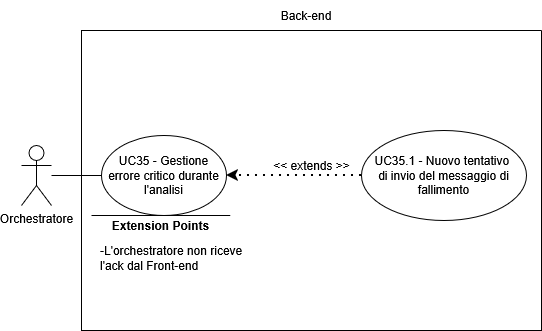
Earlier version of the draw.io export assets/diagrams/UC35.png (SkarabGroup/DocumentazioneProgetto). Source tidied: cells renumbered, new cells last; positions are measured from the earlier drawing's top-left corner, leaving out a move shared by most shapes.
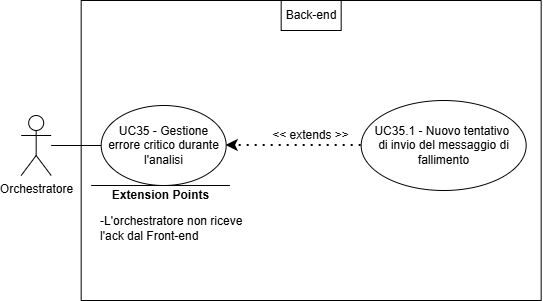
After the commit.

What changed in the source:
```diff
@@ -5,38 +5,38 @@
     <mxCell id="2" value="Orchestratore" style="shape=umlActor;verticalLabelPosition=bottom;verticalAlign=top;html=1;outlineConnect=0;" parent="1" vertex="1">
       <mxGeometry y="145" width="30" height="60" as="geometry" />
     </mxCell>
-    <mxCell id="3" style="swimlane;startSize=0;" parent="1" vertex="1">
-      <mxGeometry x="60" y="30" width="460" height="300" as="geometry" />
-    </mxCell>
+    <mxCell id="13" style="swimlane;startSize=0;" parent="1" vertex="1">
+      <mxGeometry x="60" y="30" width="460" height="300" as="geometry" />
+    </mxCell>
-    <mxCell id="4" value="UC35 - Gestione errore critico durante l'analisi" style="ellipse;whiteSpace=wrap;html=1;" parent="3" vertex="1">
+    <mxCell id="4" value="UC35 - Gestione errore critico durante l'analisi" style="ellipse;whiteSpace=wrap;html=1;" parent="13" vertex="1">
       <mxGeometry x="20" y="105" width="125" height="80" as="geometry" />
     </mxCell>
-    <mxCell id="5" value="&lt;div&gt;UC35.1 - Nuovo tentativo&amp;nbsp;&lt;/div&gt;&lt;div&gt;di invio del messaggio di fallimento&lt;/div&gt;" style="ellipse;whiteSpace=wrap;html=1;" parent="3" vertex="1">
+    <mxCell id="5" value="&lt;div&gt;UC35.1 - Nuovo tentativo&amp;nbsp;&lt;/div&gt;&lt;div&gt;di invio del messaggio di fallimento&lt;/div&gt;" style="ellipse;whiteSpace=wrap;html=1;" parent="13" vertex="1">
       <mxGeometry x="280" y="100" width="165" height="90" as="geometry" />
     </mxCell>
-    <mxCell id="6" style="endArrow=classic;dashed=1;html=1;dashPattern=1 3;strokeWidth=2;rounded=0;entryX=1;entryY=0.5;entryDx=0;entryDy=0;exitX=0;exitY=0.5;exitDx=0;exitDy=0;strokeColor=default;curved=0;endFill=1;endSize=6;" parent="3" edge="1" source="5" target="4">
+    <mxCell id="6" style="endArrow=classic;dashed=1;html=1;dashPattern=1 3;strokeWidth=2;rounded=0;entryX=1;entryY=0.5;entryDx=0;entryDy=0;exitX=0;exitY=0.5;exitDx=0;exitDy=0;strokeColor=default;curved=0;endFill=1;endSize=6;" parent="13" edge="1" source="5" target="4">
       <mxGeometry relative="1" as="geometry" />
     </mxCell>
-    <mxCell id="7" value="&lt;div&gt;&amp;lt;&amp;lt; extends &amp;gt;&amp;gt;&lt;/div&gt;" style="text;html=1;whiteSpace=wrap;strokeColor=none;fillColor=none;align=center;verticalAlign=middle;rounded=0;" parent="3" vertex="1">
+    <mxCell id="7" value="&lt;div&gt;&amp;lt;&amp;lt; extends &amp;gt;&amp;gt;&lt;/div&gt;" style="text;html=1;whiteSpace=wrap;strokeColor=none;fillColor=none;align=center;verticalAlign=middle;rounded=0;" parent="13" vertex="1">
       <mxGeometry x="182.5" y="120" width="95" height="30" as="geometry" />
     </mxCell>
-    <mxCell id="8" style="endArrow=none;html=1;rounded=0;" parent="3" edge="1">
-      <mxGeometry relative="1" as="geometry">
-        <mxPoint x="148.8" y="185" as="sourcePoint" />
-        <mxPoint x="10" y="185" as="targetPoint" />
-      </mxGeometry>
-    </mxCell>
+    <mxCell id="14" style="endArrow=none;html=1;rounded=0;" parent="13" edge="1">
+      <mxGeometry relative="1" as="geometry">
+        <mxPoint x="148.8" y="185" as="sourcePoint" />
+        <mxPoint x="10" y="185" as="targetPoint" />
+      </mxGeometry>
+    </mxCell>
-    <mxCell id="9" value="&lt;b&gt;Extension Points&lt;/b&gt;" style="text;html=1;whiteSpace=wrap;strokeColor=none;fillColor=none;align=center;verticalAlign=middle;rounded=0;strokeWidth=5;" parent="3" vertex="1">
+    <mxCell id="9" value="&lt;b&gt;Extension Points&lt;/b&gt;" style="text;html=1;whiteSpace=wrap;strokeColor=none;fillColor=none;align=center;verticalAlign=middle;rounded=0;strokeWidth=5;" parent="13" vertex="1">
       <mxGeometry x="21.9" y="180" width="115" height="30" as="geometry" />
     </mxCell>
-    <mxCell id="10" value="&lt;div align=&quot;left&quot;&gt;-L'orchestratore non riceve l'ack dal Front-end&lt;/div&gt;" style="text;html=1;whiteSpace=wrap;strokeColor=none;fillColor=none;align=left;verticalAlign=middle;rounded=0;" parent="3" vertex="1">
+    <mxCell id="10" value="&lt;div align=&quot;left&quot;&gt;-L'orchestratore non riceve l'ack dal Front-end&lt;/div&gt;" style="text;html=1;whiteSpace=wrap;strokeColor=none;fillColor=none;align=left;verticalAlign=middle;rounded=0;" parent="13" vertex="1">
       <mxGeometry x="16.9" y="185" width="147" height="85" as="geometry" />
     </mxCell>
+    <mxCell id="12" value="Back-end" style="text;html=1;whiteSpace=wrap;strokeColor=default;fillColor=none;align=center;verticalAlign=middle;rounded=0;perimeterSpacing=1;" parent="13" vertex="1">
+      <mxGeometry x="200" width="60" height="30" as="geometry" />
+    </mxCell>
     <mxCell id="11" style="endArrow=none;html=1;rounded=0;entryX=0;entryY=0.5;entryDx=0;entryDy=0;" parent="1" edge="1" source="2" target="4">
       <mxGeometry relative="1" as="geometry" />
     </mxCell>
-    <mxCell id="12" value="Back-end" style="text;html=1;whiteSpace=wrap;strokeColor=none;fillColor=none;align=center;verticalAlign=middle;rounded=0;" parent="1" vertex="1">
-      <mxGeometry x="255" width="60" height="30" as="geometry" />
-    </mxCell>
   </root>
 </mxGraphModel>
```
